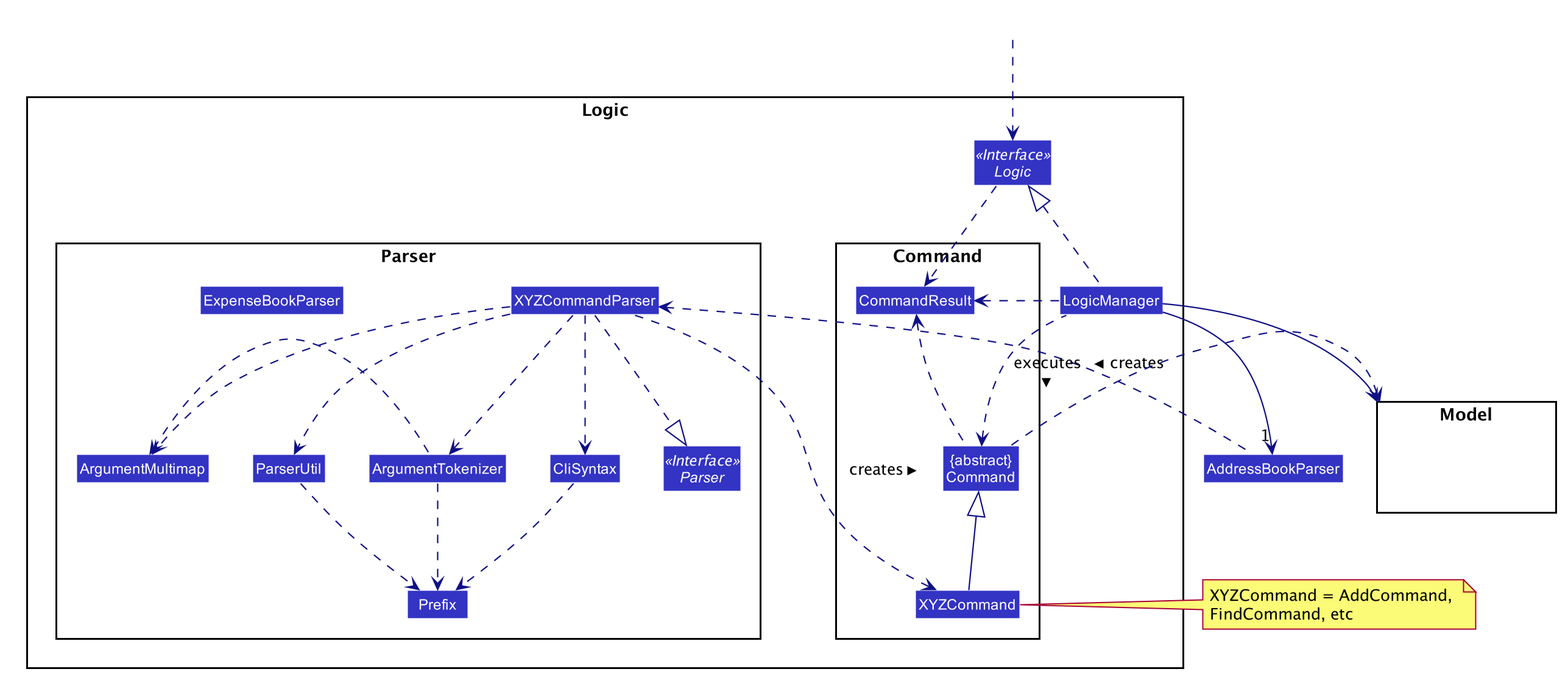
yyutong/tp keeps this PlantUML diagram as docs/images/LogicClassDiagram.png. Above is the earlier version. Source of this version:
```plantuml
@startuml








skinparam BackgroundColor #FFFFFFF

skinparam Shadowing false

skinparam Class {
    FontColor #FFFFFF
    BorderThickness 1
    BorderColor #FFFFFF
    StereotypeFontColor #FFFFFF
    FontName Arial
}

skinparam Actor {
    BorderColor #000000
    Color #000000
    FontName Arial
}

skinparam Sequence {
    MessageAlign center
    BoxFontSize 15
    BoxPadding 0
    BoxFontColor #FFFFFF
    FontName Arial
}

skinparam Participant {
    FontColor #FFFFFFF
    Padding 20
}

skinparam MinClassWidth 50
skinparam ParticipantPadding 10
skinparam Shadowing false
skinparam DefaultTextAlignment center
skinparam packageStyle Rectangle

hide footbox
hide members
hide circle
skinparam arrowThickness 1.1
skinparam arrowColor #101086
skinparam classBackgroundColor #3333C4

package Logic {

package Parser {
Interface Parser <<Interface>>
Class ExpenseBookParser
Class XYZCommandParser
Class CliSyntax
Class ParserUtil
Class ArgumentMultimap
Class ArgumentTokenizer
Class Prefix
}

package Command {
Class XYZCommand
Class CommandResult
Class "{abstract}\nCommand" as Command
}

Interface Logic <<Interface>>
Class LogicManager
}

package Model{
Class HiddenModel #FFFFFF
}

Class HiddenOutside #FFFFFF
HiddenOutside ..> Logic

LogicManager .up.|> Logic
LogicManager -->"1" AddressBookParser
AddressBookParser .left.> XYZCommandParser: creates >

XYZCommandParser ..> XYZCommand : creates >
XYZCommandParser ..|> Parser
XYZCommandParser ..> ArgumentMultimap
XYZCommandParser ..> ArgumentTokenizer
ArgumentTokenizer .left.> ArgumentMultimap
XYZCommandParser ..> CliSyntax
CliSyntax ..> Prefix
XYZCommandParser ..> ParserUtil
ParserUtil .down.> Prefix
ArgumentTokenizer .down.> Prefix
XYZCommand -up-|> Command
LogicManager .left.> Command : executes >

LogicManager --> Model
Command .right.> Model
note right of XYZCommand: XYZCommand = AddCommand, \nFindCommand, etc

Logic ..> CommandResult
LogicManager .down.> CommandResult
Command .up.> CommandResult
CommandResult -[hidden]-> Parser
@enduml
```
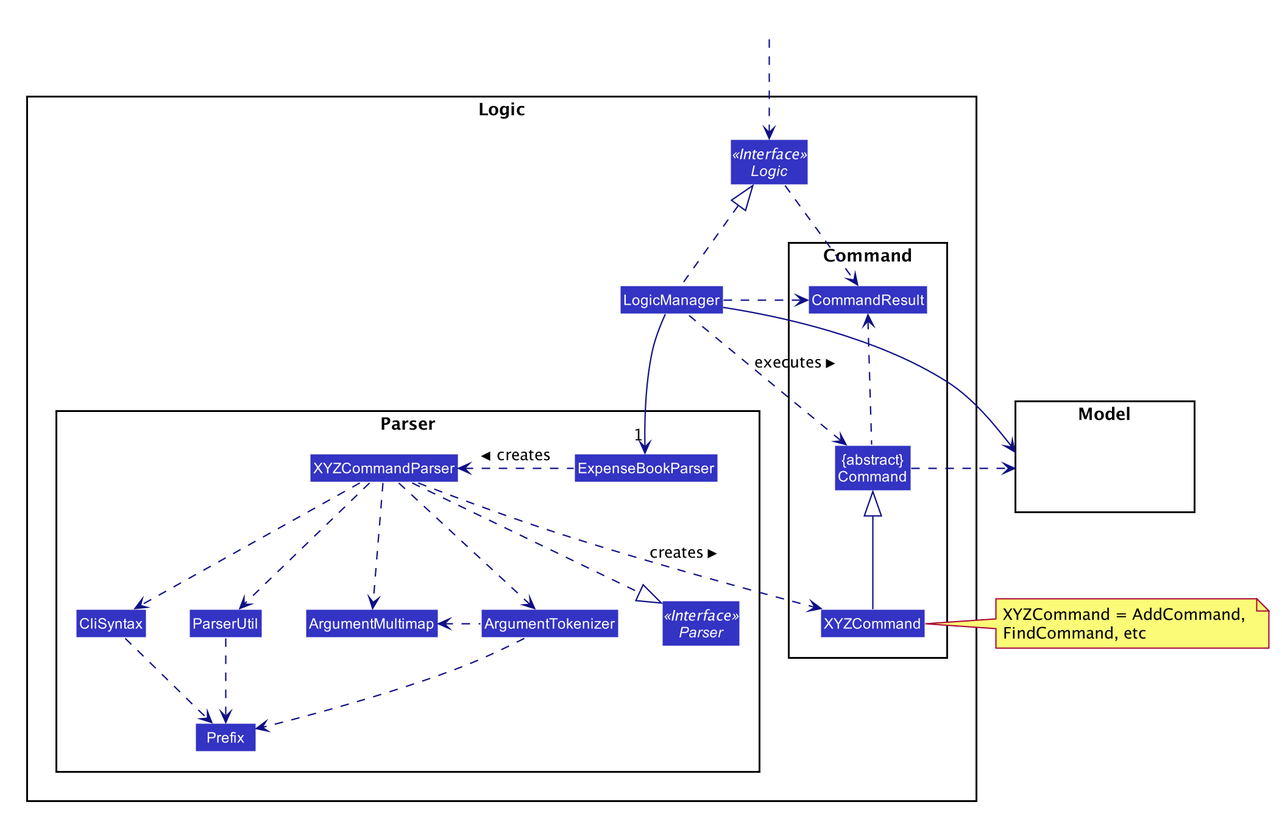
Later version of the same file.

What changed in the source:
```diff
@@ -82,8 +82,8 @@
 HiddenOutside ..> Logic
 
 LogicManager .up.|> Logic
-LogicManager -->"1" AddressBookParser
-AddressBookParser .left.> XYZCommandParser: creates >
+LogicManager -->"1" ExpenseBookParser
+ExpenseBookParser .left.> XYZCommandParser: creates >
 
 XYZCommandParser ..> XYZCommand : creates >
 XYZCommandParser ..|> Parser
```
